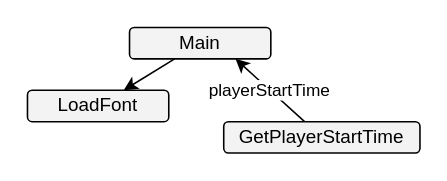
Earlier version of the draw.io diagram page "main()" (1 of 2) of diagrams/drawio/structure_charts.drawio (nolanvargas/Weekly-Grand-Splits). Source tidied: cells renumbered, new cells numbered last; positions are measured from the earlier drawing's top-left corner, leaving out a move shared by most shapes. Both pictures are drawn from the tidied source at 157%, with x=0, y=0 at pixel (27, 27).
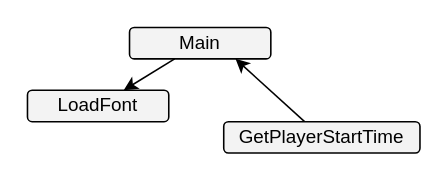
The same diagram, later.

Diff of the diagram source:
```diff
@@
 <mxGraphModel>
   <root>
     <mxCell id="0" />
     <mxCell id="1" parent="0" />
     <mxCell id="2" style="rounded=0;jettySize=auto;html=1;" parent="1" edge="1" source="3" target="4">
       <mxGeometry relative="1" as="geometry" />
     </mxCell>
     <mxCell id="3" value="Main" style="rounded=1;whiteSpace=wrap;html=1;fillColor=#F3F3F3;" parent="1" vertex="1">
       <mxGeometry x="65" width="90" height="20" as="geometry" />
     </mxCell>
     <mxCell id="4" value="LoadFont" style="rounded=1;whiteSpace=wrap;html=1;fillColor=#F3F3F3;" parent="1" vertex="1">
       <mxGeometry y="40" width="90" height="20" as="geometry" />
     </mxCell>
-    <mxCell id="5" value="playerStartTime" style="rounded=0;jettySize=auto;html=1;entryX=0.75;entryY=1;entryDx=0;entryDy=0;" parent="1" edge="1" source="6" target="3">
+    <mxCell id="5" style="rounded=0;jettySize=auto;html=1;entryX=0.75;entryY=1;entryDx=0;entryDy=0;" parent="1" edge="1" source="6" target="3">
       <mxGeometry relative="1" as="geometry" />
     </mxCell>
     <mxCell id="6" value="GetPlayerStartTime" style="rounded=1;whiteSpace=wrap;html=1;fillColor=#F3F3F3;" parent="1" vertex="1">
       <mxGeometry x="125" y="60" width="125" height="20" as="geometry" />
     </mxCell>
   </root>
 </mxGraphModel>
```
